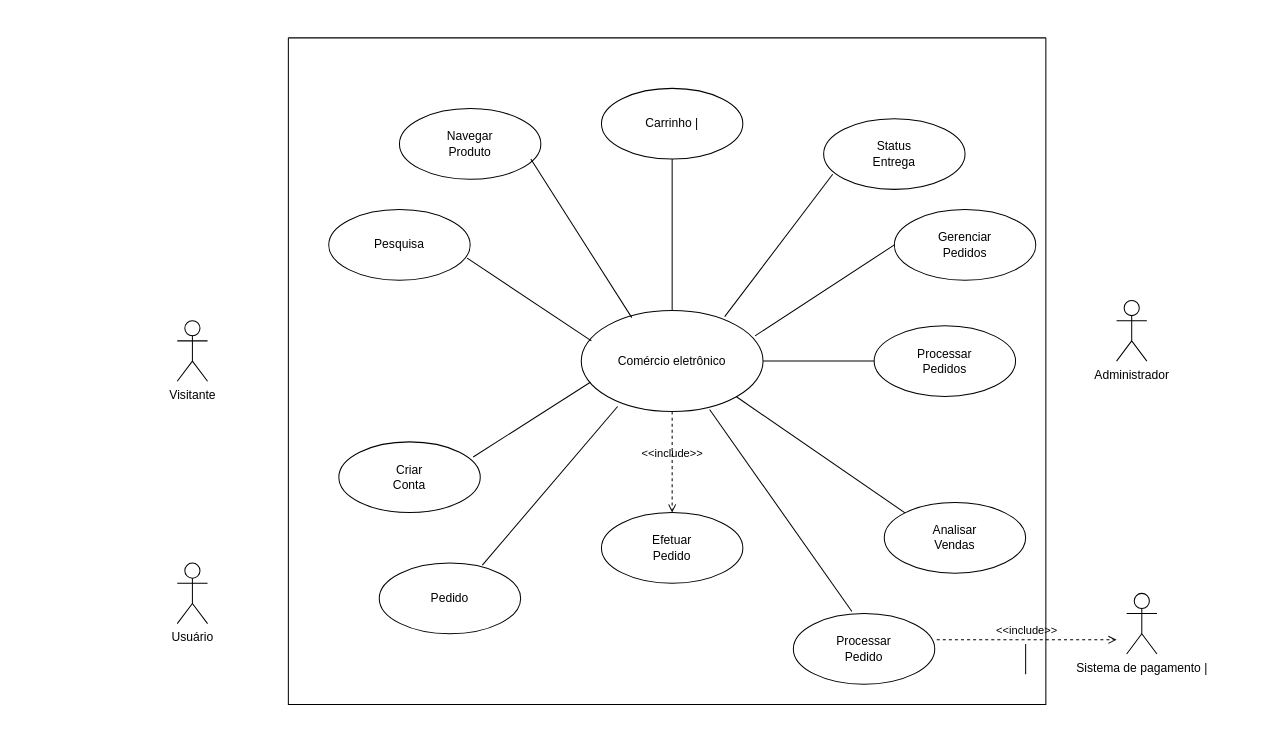
Above: Diagrama sem nome.drawio in julianacordeiro525/Atividades-de-OO (draw.io), before the change. Source tidied: cells renumbered, new cells numbered last; positions are measured from the earlier drawing's top-left corner, leaving out a move shared by most shapes. Both pictures are drawn from the tidied source at 101%, with x=0, y=0 at pixel (177, 37).
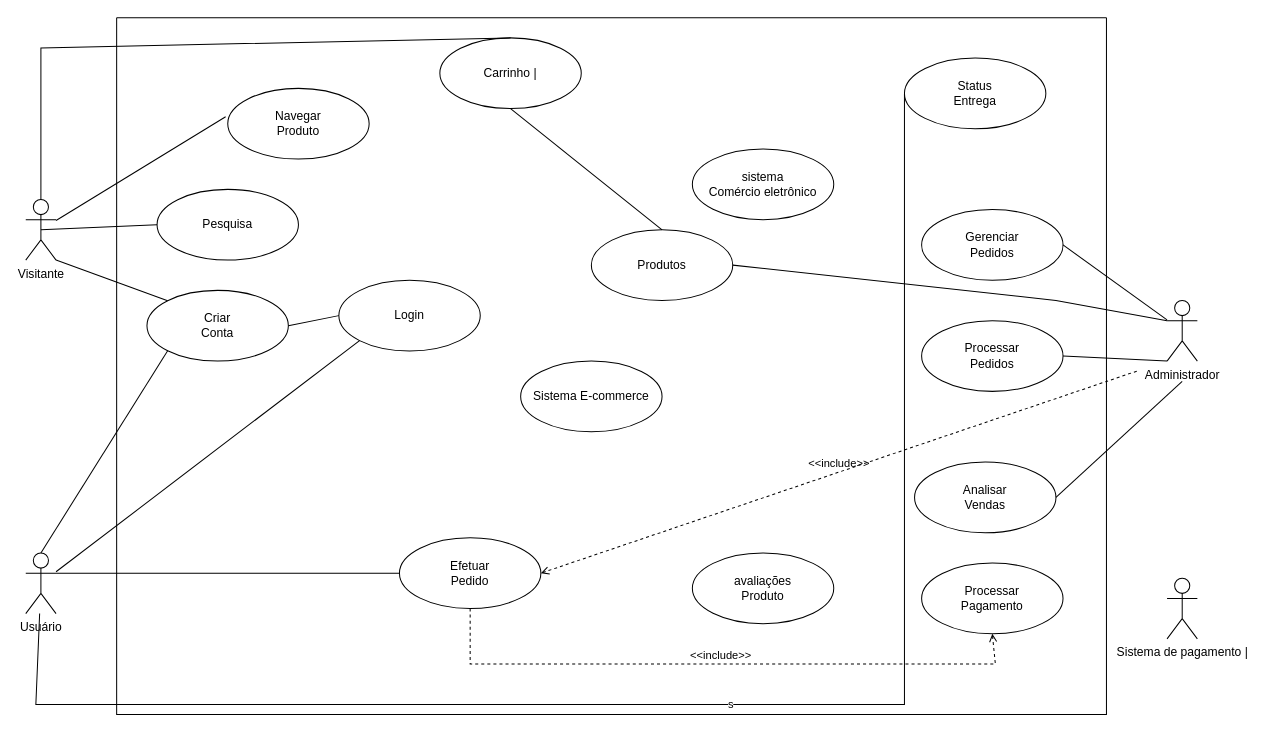
The same page after the edit.

The change refers to these unchanged cells:
```xml
<mxCell id="3" value="Navegar&lt;div&gt;Produto&lt;/div&gt;" style="ellipse;whiteSpace=wrap;html=1;" parent="2" vertex="1">
  <mxGeometry x="110" y="70" width="140" height="70" as="geometry" />
</mxCell>
```

The edit, as a diff of the source:
```diff
@@
     <mxCell id="2" style="swimlane;startSize=0;" parent="1" vertex="1">
-      <mxGeometry x="110" width="750" height="660" as="geometry" />
+      <mxGeometry x="-60" y="-20" width="980" height="690" as="geometry" />
     </mxCell>
@@
-    <mxCell id="4" value="Pesquisa" style="ellipse;whiteSpace=wrap;html=1;" parent="2" vertex="1">
-      <mxGeometry x="40" y="170" width="140" height="70" as="geometry" />
-    </mxCell>
     <mxCell id="5" value="Carrinho | " style="ellipse;whiteSpace=wrap;html=1;" parent="2" vertex="1">
-      <mxGeometry x="310" y="50" width="140" height="70" as="geometry" />
+      <mxGeometry x="320" y="20" width="140" height="70" as="geometry" />
     </mxCell>
     <mxCell id="6" value="Criar&lt;div&gt;Conta&lt;/div&gt;" style="ellipse;whiteSpace=wrap;html=1;" parent="2" vertex="1">
-      <mxGeometry x="50" y="400" width="140" height="70" as="geometry" />
+      <mxGeometry x="30" y="270" width="140" height="70" as="geometry" />
     </mxCell>
     <mxCell id="7" value="Processar&lt;div&gt;Pedidos&lt;/div&gt;" style="ellipse;whiteSpace=wrap;html=1;" parent="2" vertex="1">
-      <mxGeometry x="580" y="285" width="140" height="70" as="geometry" />
+      <mxGeometry x="797" y="300" width="140" height="70" as="geometry" />
     </mxCell>
-    <mxCell id="8" value="Comércio eletrônico" style="ellipse;whiteSpace=wrap;html=1;" parent="2" vertex="1">
-      <mxGeometry x="290" y="270" width="180" height="100" as="geometry" />
-    </mxCell>
-    <mxCell id="9" value="Status&lt;div&gt;Entrega&lt;/div&gt;" style="ellipse;whiteSpace=wrap;html=1;" parent="2" vertex="1">
-      <mxGeometry x="530" y="80" width="140" height="70" as="geometry" />
+    <mxCell id="9" value="&lt;font&gt;Status&lt;/font&gt;&lt;div&gt;Entrega&lt;/div&gt;" style="ellipse;whiteSpace=wrap;html=1;" parent="2" vertex="1">
+      <mxGeometry x="780" y="40" width="140" height="70" as="geometry" />
     </mxCell>
-    <mxCell id="10" value="Pedido" style="ellipse;whiteSpace=wrap;html=1;" parent="2" vertex="1">
-      <mxGeometry x="90" y="520" width="140" height="70" as="geometry" />
-    </mxCell>
     <mxCell id="11" value="&lt;font&gt;Efetuar&lt;/font&gt;&lt;div&gt;Pedido&lt;/div&gt;" style="ellipse;whiteSpace=wrap;html=1;" parent="2" vertex="1">
-      <mxGeometry x="310" y="470" width="140" height="70" as="geometry" />
+      <mxGeometry x="280" y="515" width="140" height="70" as="geometry" />
     </mxCell>
-    <mxCell id="12" value="&lt;font&gt;Processar&lt;/font&gt;&lt;div&gt;Pedido&lt;/div&gt;" style="ellipse;whiteSpace=wrap;html=1;" parent="2" vertex="1">
-      <mxGeometry x="500" y="570" width="140" height="70" as="geometry" />
+    <mxCell id="12" value="&lt;font&gt;Processar&lt;/font&gt;&lt;div&gt;&lt;span style=&quot;background-color: transparent; color: light-dark(rgb(0, 0, 0), rgb(255, 255, 255));&quot;&gt;Pagamento&lt;/span&gt;&lt;/div&gt;" style="ellipse;whiteSpace=wrap;html=1;" parent="2" vertex="1">
+      <mxGeometry x="797" y="540" width="140" height="70" as="geometry" />
     </mxCell>
     <mxCell id="13" value="Analisar&lt;div&gt;Vendas&lt;/div&gt;" style="ellipse;whiteSpace=wrap;html=1;" parent="2" vertex="1">
-      <mxGeometry x="590" y="460" width="140" height="70" as="geometry" />
+      <mxGeometry x="790" y="440" width="140" height="70" as="geometry" />
     </mxCell>
-    <mxCell id="14" value="&amp;lt;&amp;lt;include&amp;gt;&amp;gt;" style="html=1;verticalAlign=bottom;labelBackgroundColor=none;endArrow=open;endFill=0;dashed=1;rounded=0;entryX=0.5;entryY=0;entryDx=0;entryDy=0;exitX=0.5;exitY=1;exitDx=0;exitDy=0;" parent="2" edge="1" source="8" target="11">
-      <mxGeometry relative="1" as="geometry" />
-    </mxCell>
     <mxCell id="15" value="Gerenciar&lt;div&gt;&lt;span style=&quot;background-color: transparent; color: light-dark(rgb(0, 0, 0), rgb(255, 255, 255));&quot;&gt;Pedidos&lt;/span&gt;&lt;/div&gt;" style="ellipse;whiteSpace=wrap;html=1;" parent="2" vertex="1">
-      <mxGeometry x="600" y="170" width="140" height="70" as="geometry" />
+      <mxGeometry x="797" y="190" width="140" height="70" as="geometry" />
     </mxCell>
-    <mxCell id="16" style="endArrow=none;html=1;rounded=0;entryX=0.5;entryY=1;entryDx=0;entryDy=0;exitX=0.5;exitY=0;exitDx=0;exitDy=0;" parent="2" edge="1" source="8" target="5">
-      <mxGeometry relative="1" as="geometry" />
-    </mxCell>
-    <mxCell id="17" style="endArrow=none;html=1;rounded=0;entryX=0.278;entryY=0.07;entryDx=0;entryDy=0;entryPerimeter=0;exitX=0.929;exitY=0.714;exitDx=0;exitDy=0;exitPerimeter=0;" parent="2" edge="1" source="3" target="8">
-      <mxGeometry relative="1" as="geometry" />
-    </mxCell>
-    <mxCell id="18" style="endArrow=none;html=1;rounded=0;exitX=0.979;exitY=0.686;exitDx=0;exitDy=0;exitPerimeter=0;entryX=0.056;entryY=0.3;entryDx=0;entryDy=0;entryPerimeter=0;" parent="2" edge="1" source="4" target="8">
-      <mxGeometry relative="1" as="geometry" />
-    </mxCell>
-    <mxCell id="19" style="endArrow=none;html=1;rounded=0;exitX=0.95;exitY=0.214;exitDx=0;exitDy=0;exitPerimeter=0;entryX=0.05;entryY=0.71;entryDx=0;entryDy=0;entryPerimeter=0;" parent="2" edge="1" source="6" target="8">
-      <mxGeometry relative="1" as="geometry" />
-    </mxCell>
-    <mxCell id="20" style="endArrow=none;html=1;rounded=0;exitX=0.729;exitY=0.029;exitDx=0;exitDy=0;exitPerimeter=0;entryX=0.2;entryY=0.95;entryDx=0;entryDy=0;entryPerimeter=0;" parent="2" edge="1" source="10" target="8">
-      <mxGeometry relative="1" as="geometry" />
-    </mxCell>
-    <mxCell id="21" style="endArrow=none;html=1;rounded=0;entryX=0.064;entryY=0.786;entryDx=0;entryDy=0;entryPerimeter=0;exitX=0.789;exitY=0.06;exitDx=0;exitDy=0;exitPerimeter=0;" parent="2" edge="1" source="8" target="9">
-      <mxGeometry relative="1" as="geometry" />
-    </mxCell>
-    <mxCell id="22" style="endArrow=none;html=1;rounded=0;entryX=0;entryY=0.5;entryDx=0;entryDy=0;exitX=0.956;exitY=0.25;exitDx=0;exitDy=0;exitPerimeter=0;" parent="2" edge="1" source="8" target="15">
-      <mxGeometry relative="1" as="geometry" />
-    </mxCell>
-    <mxCell id="23" style="endArrow=none;html=1;rounded=0;entryX=0;entryY=0.5;entryDx=0;entryDy=0;exitX=1;exitY=0.5;exitDx=0;exitDy=0;" parent="2" edge="1" source="8" target="7">
-      <mxGeometry relative="1" as="geometry" />
-    </mxCell>
-    <mxCell id="24" style="endArrow=none;html=1;rounded=0;entryX=0;entryY=0;entryDx=0;entryDy=0;exitX=1;exitY=1;exitDx=0;exitDy=0;" parent="2" edge="1" source="8" target="13">
-      <mxGeometry relative="1" as="geometry" />
-    </mxCell>
-    <mxCell id="25" style="endArrow=none;html=1;rounded=0;entryX=0.414;entryY=-0.029;entryDx=0;entryDy=0;entryPerimeter=0;exitX=0.706;exitY=0.98;exitDx=0;exitDy=0;exitPerimeter=0;" parent="2" edge="1" source="8" target="12">
-      <mxGeometry relative="1" as="geometry" />
-    </mxCell>
+    <mxCell id="4" value="Pesquisa" style="ellipse;whiteSpace=wrap;html=1;" parent="2" vertex="1">
+      <mxGeometry x="40" y="170" width="140" height="70" as="geometry" />
+    </mxCell>
+    <mxCell id="32" value="Login" style="ellipse;whiteSpace=wrap;html=1;" parent="2" vertex="1">
+      <mxGeometry x="220" y="260" width="140" height="70" as="geometry" />
+    </mxCell>
+    <mxCell id="33" value="sistema&lt;div&gt;Comércio eletrônico&lt;/div&gt;" style="ellipse;whiteSpace=wrap;html=1;" parent="2" vertex="1">
+      <mxGeometry x="570" y="130" width="140" height="70" as="geometry" />
+    </mxCell>
+    <mxCell id="34" value="avaliações&lt;div&gt;Produto&lt;/div&gt;" style="ellipse;whiteSpace=wrap;html=1;" parent="2" vertex="1">
+      <mxGeometry x="570" y="530" width="140" height="70" as="geometry" />
+    </mxCell>
+    <mxCell id="35" style="endArrow=none;html=1;rounded=0;entryX=0;entryY=0.5;entryDx=0;entryDy=0;exitX=1;exitY=0.5;exitDx=0;exitDy=0;" parent="2" edge="1" source="6" target="32">
+      <mxGeometry relative="1" as="geometry" />
+    </mxCell>
+    <mxCell id="36" value="Produtos" style="ellipse;whiteSpace=wrap;html=1;" parent="2" vertex="1">
+      <mxGeometry x="470" y="210" width="140" height="70" as="geometry" />
+    </mxCell>
+    <mxCell id="37" style="endArrow=none;html=1;rounded=0;entryX=0.5;entryY=1;entryDx=0;entryDy=0;exitX=0.5;exitY=0;exitDx=0;exitDy=0;" parent="2" edge="1" source="36" target="5">
+      <mxGeometry relative="1" as="geometry" />
+    </mxCell>
+    <mxCell id="38" value="&lt;div&gt;Sistema E-commerce&lt;/div&gt;" style="ellipse;whiteSpace=wrap;html=1;" parent="2" vertex="1">
+      <mxGeometry x="400" y="340" width="140" height="70" as="geometry" />
+    </mxCell>
+    <mxCell id="39" value="&amp;lt;&amp;lt;include&amp;gt;&amp;gt;" style="html=1;verticalAlign=bottom;labelBackgroundColor=none;endArrow=open;endFill=0;dashed=1;rounded=0;exitX=0.5;exitY=1;exitDx=0;exitDy=0;entryX=0.5;entryY=1;entryDx=0;entryDy=0;" parent="2" edge="1" source="11" target="12">
+      <mxGeometry relative="1" as="geometry">
+        <Array as="points">
+          <mxPoint x="350" y="640" />
+          <mxPoint x="870" y="640" />
+        </Array>
+      </mxGeometry>
+    </mxCell>
+    <mxCell id="40" value="&amp;lt;&amp;lt;include&amp;gt;&amp;gt;" style="html=1;verticalAlign=bottom;labelBackgroundColor=none;endArrow=open;endFill=0;dashed=1;rounded=0;entryX=1;entryY=0.5;entryDx=0;entryDy=0;" parent="2" edge="1" target="11">
+      <mxGeometry relative="1" as="geometry">
+        <mxPoint x="1010" y="350" as="sourcePoint" />
+      </mxGeometry>
+    </mxCell>
     <mxCell id="26" value="Usuário" style="shape=umlActor;verticalLabelPosition=bottom;verticalAlign=top;html=1;outlineConnect=0;" parent="1" vertex="1">
-      <mxGeometry y="520" width="30" height="60" as="geometry" />
+      <mxGeometry x="-150" y="510" width="30" height="60" as="geometry" />
     </mxCell>
     <mxCell id="27" value="Administrador" style="shape=umlActor;verticalLabelPosition=bottom;verticalAlign=top;html=1;outlineConnect=0;" parent="1" vertex="1">
-      <mxGeometry x="930" y="260" width="30" height="60" as="geometry" />
+      <mxGeometry x="980" y="260" width="30" height="60" as="geometry" />
     </mxCell>
     <mxCell id="28" value="Sistema de pagamento |" style="shape=umlActor;verticalLabelPosition=bottom;verticalAlign=top;html=1;" parent="1" vertex="1">
-      <mxGeometry x="940" y="550" width="30" height="60" as="geometry" />
+      <mxGeometry x="980" y="535" width="30" height="60" as="geometry" />
     </mxCell>
     <mxCell id="29" value="Visitante" style="shape=umlActor;verticalLabelPosition=bottom;verticalAlign=top;html=1;outlineConnect=0;" parent="1" vertex="1">
-      <mxGeometry y="280" width="30" height="60" as="geometry" />
+      <mxGeometry x="-150" y="160" width="30" height="60" as="geometry" />
     </mxCell>
-    <mxCell id="30" value="&amp;lt;&amp;lt;include&amp;gt;&amp;gt;" style="html=1;verticalAlign=bottom;labelBackgroundColor=none;endArrow=open;endFill=0;dashed=1;rounded=0;exitX=1.014;exitY=0.371;exitDx=0;exitDy=0;exitPerimeter=0;" parent="1" edge="1" source="12">
-      <mxGeometry relative="1" as="geometry">
-        <mxPoint x="930" y="596" as="targetPoint" />
-      </mxGeometry>
-    </mxCell>
-    <mxCell id="31" style="endArrow=none;html=1;rounded=0;" parent="1" edge="1">
-      <mxGeometry relative="1" as="geometry">
-        <mxPoint x="840" y="630" as="sourcePoint" />
-        <mxPoint x="840" y="600" as="targetPoint" />
-        <Array as="points">
-          <mxPoint x="840" y="620" />
-        </Array>
-      </mxGeometry>
-    </mxCell>
+    <mxCell id="41" style="endArrow=none;html=1;rounded=0;entryX=0;entryY=0;entryDx=0;entryDy=0;exitX=1;exitY=1;exitDx=0;exitDy=0;exitPerimeter=0;" parent="1" edge="1" source="29" target="6">
+      <mxGeometry relative="1" as="geometry" />
+    </mxCell>
+    <mxCell id="42" style="endArrow=none;html=1;rounded=0;entryX=0;entryY=1;entryDx=0;entryDy=0;" parent="1" edge="1" source="26" target="32">
+      <mxGeometry relative="1" as="geometry" />
+    </mxCell>
+    <mxCell id="43" style="endArrow=none;html=1;rounded=0;entryX=0;entryY=0.5;entryDx=0;entryDy=0;exitX=0.5;exitY=0.5;exitDx=0;exitDy=0;exitPerimeter=0;" parent="1" edge="1" source="29" target="4">
+      <mxGeometry relative="1" as="geometry" />
+    </mxCell>
+    <mxCell id="44" style="endArrow=none;html=1;rounded=0;entryX=-0.015;entryY=0.402;entryDx=0;entryDy=0;entryPerimeter=0;" parent="1" edge="1" source="29" target="3">
+      <mxGeometry relative="1" as="geometry" />
+    </mxCell>
+    <mxCell id="45" style="endArrow=none;html=1;rounded=0;entryX=0;entryY=0.5;entryDx=0;entryDy=0;exitX=1;exitY=0.3333333333333333;exitDx=0;exitDy=0;exitPerimeter=0;" parent="1" edge="1" source="26" target="11">
+      <mxGeometry relative="1" as="geometry" />
+    </mxCell>
+    <mxCell id="46" style="endArrow=none;html=1;rounded=0;entryX=0.5;entryY=0;entryDx=0;entryDy=0;exitX=0.5;exitY=0;exitDx=0;exitDy=0;exitPerimeter=0;" parent="1" edge="1" source="29" target="5">
+      <mxGeometry relative="1" as="geometry">
+        <Array as="points">
+          <mxPoint x="-135" y="10" />
+        </Array>
+      </mxGeometry>
+    </mxCell>
+    <mxCell id="47" style="endArrow=none;html=1;rounded=0;entryX=0;entryY=1;entryDx=0;entryDy=0;exitX=0.5;exitY=0;exitDx=0;exitDy=0;exitPerimeter=0;" parent="1" edge="1" source="26" target="6">
+      <mxGeometry relative="1" as="geometry" />
+    </mxCell>
+    <mxCell id="48" value="s" style="endArrow=none;html=1;rounded=0;entryX=0;entryY=0.5;entryDx=0;entryDy=0;" parent="1" edge="1" source="26" target="9">
+      <mxGeometry relative="1" as="geometry">
+        <Array as="points">
+          <mxPoint x="-140" y="660" />
+          <mxPoint x="720" y="660" />
+        </Array>
+      </mxGeometry>
+    </mxCell>
+    <mxCell id="49" style="endArrow=none;html=1;rounded=0;exitX=1;exitY=0.5;exitDx=0;exitDy=0;" parent="1" edge="1" source="13">
+      <mxGeometry relative="1" as="geometry">
+        <mxPoint x="995" y="340" as="targetPoint" />
+      </mxGeometry>
+    </mxCell>
+    <mxCell id="50" style="endArrow=none;html=1;rounded=0;entryX=0;entryY=1;entryDx=0;entryDy=0;entryPerimeter=0;exitX=1;exitY=0.5;exitDx=0;exitDy=0;" parent="1" edge="1" source="7" target="27">
+      <mxGeometry relative="1" as="geometry" />
+    </mxCell>
+    <mxCell id="51" style="endArrow=none;html=1;rounded=0;entryX=1;entryY=0.5;entryDx=0;entryDy=0;" parent="1" edge="1" source="27" target="15">
+      <mxGeometry relative="1" as="geometry" />
+    </mxCell>
+    <mxCell id="52" style="endArrow=none;html=1;rounded=0;exitX=1;exitY=0.5;exitDx=0;exitDy=0;entryX=0;entryY=0.3333333333333333;entryDx=0;entryDy=0;entryPerimeter=0;" parent="1" edge="1" source="36" target="27">
+      <mxGeometry relative="1" as="geometry">
+        <Array as="points">
+          <mxPoint x="870" y="260" />
+        </Array>
+      </mxGeometry>
+    </mxCell>
```
